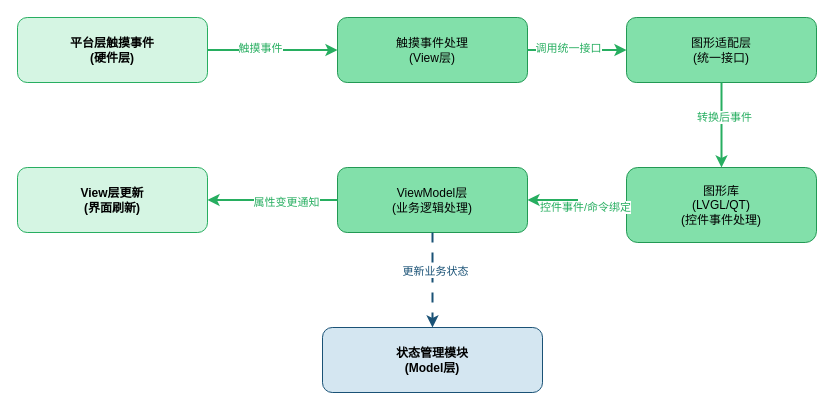
Before: page "触摸处理" (12 of 13) of PDR.drawio in liyunhao2/technology, a draw.io diagram. Source tidied: cells renumbered, new cells numbered last; positions are measured from the earlier drawing's top-left corner, leaving out a move shared by most shapes. Both pictures are drawn from the tidied source at 100%, with x=0, y=0 at pixel (17, 17).
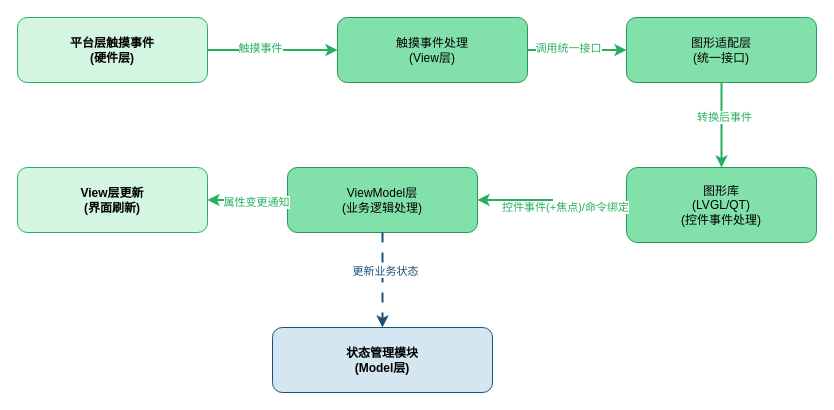
The same diagram, later.

Unchanged cells that the change refers to:
```xml
<mxCell id="15" style="edgeStyle=orthogonalEdgeStyle;rounded=0;html=1;exitX=0;exitY=0.5;entryX=1;entryY=0.5;endArrow=classic;strokeColor=#27AE60;strokeWidth=2;" parent="1" edge="1" source="5" target="6">
  <mxGeometry relative="1" as="geometry" />
</mxCell>
```

Change to the diagram source:
```diff
@@
     <mxCell id="6" value="ViewModel层&lt;br&gt;(业务逻辑处理)" style="rounded=1;whiteSpace=wrap;html=1;fillColor=#82E0AA;strokeColor=#229954;fontSize=12;" parent="1" vertex="1">
-      <mxGeometry x="320" y="150" width="190" height="65" as="geometry" />
+      <mxGeometry x="270" y="150" width="190" height="65" as="geometry" />
     </mxCell>
@@
     <mxCell id="8" value="状态管理模块&lt;br&gt;(Model层)" style="rounded=1;whiteSpace=wrap;html=1;fillColor=#D4E6F1;strokeColor=#1A5276;fontSize=12;fontStyle=1;" parent="1" vertex="1">
-      <mxGeometry x="305" y="310" width="220" height="65" as="geometry" />
+      <mxGeometry x="255" y="310" width="220" height="65" as="geometry" />
     </mxCell>
@@
-    <mxCell id="16" value="控件事件/命令绑定" style="edgeLabel;html=1;align=center;verticalAlign=middle;fontSize=11;fontColor=#27AE60;" parent="15" vertex="1">
+    <mxCell id="16" value="控件事件(+焦点)/命令绑定" style="edgeLabel;html=1;align=center;verticalAlign=middle;fontSize=11;fontColor=#27AE60;" parent="15" vertex="1">
       <mxGeometry x="-0.2" y="2" relative="1" as="geometry" />
     </mxCell>
```
